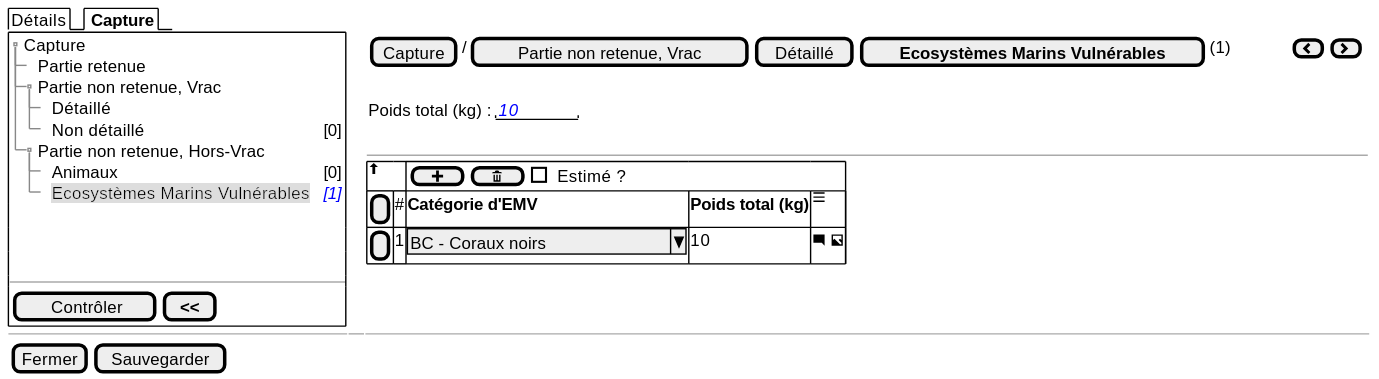
The PlantUML diagram projects/obsmer/spe/images/batch/batch-tree-PNR-HVRAC-EMV.svg in sumaris-net/sumaris-doc, before a commit. Its source is kept beside it as projects/obsmer/spe/images/batch/batch-tree-PNR-HVRAC-EMV.puml.
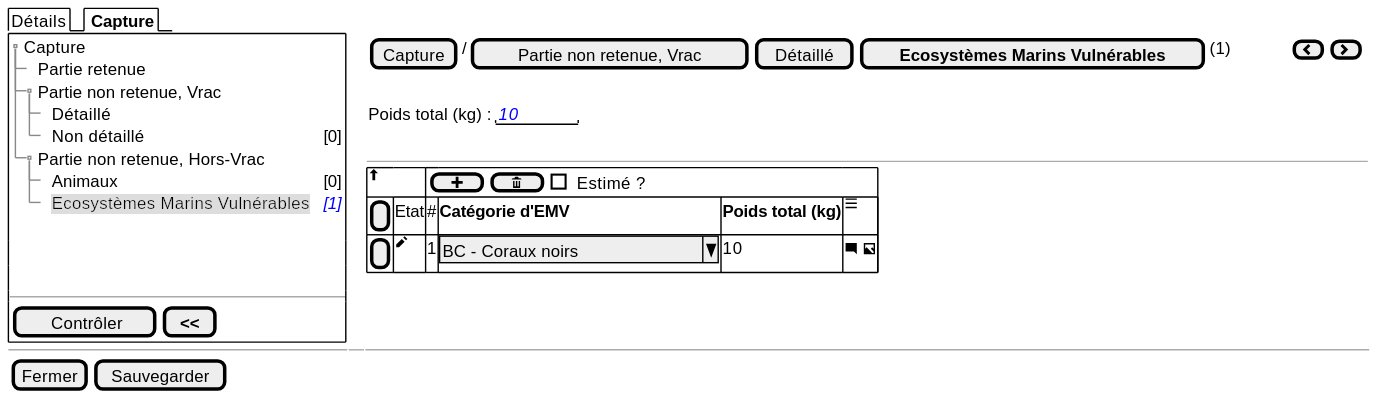
After the commit.

Change to the diagram source:
```diff
@@ -27,8 +27,8 @@
     --
     {#
           <&arrow-thick-top> | *  | {[ <&plus> ] | [ <&trash> ] | [ ] Estimé ? } | * | * | * | * | * | * | * | *
-          [ ] | # | <b>Catégorie d'EMV  | <b>Poids total (kg)     |   <&menu>
-          [ ] | 1 | ^BC - Coraux noirs      ^ |  10    | <&comment-square> <&image>
+          [ ] | Etat | # | <b>Catégorie d'EMV  | <b>Poids total (kg)     |   <&menu>
+          [ ] | <&pencil> | 1 | ^BC - Coraux noirs      ^ |  10    | <&comment-square> <&image>
         }
   }
 
```
